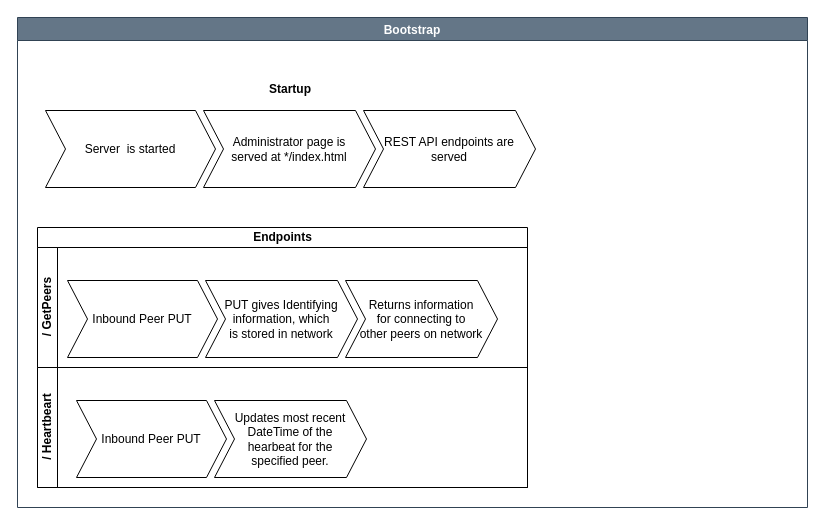
realChrisDeBon/P2PNet keeps this draw.io diagram as misc/diagrams/p2pbootstrap.drawio. Above is the earlier version. Source tidied: cells renumbered, new cells numbered last; positions are measured from the earlier drawing's top-left corner, leaving out a move shared by most shapes. Both pictures are drawn from the tidied source at 100%, with x=0, y=0 at pixel (17, 17).
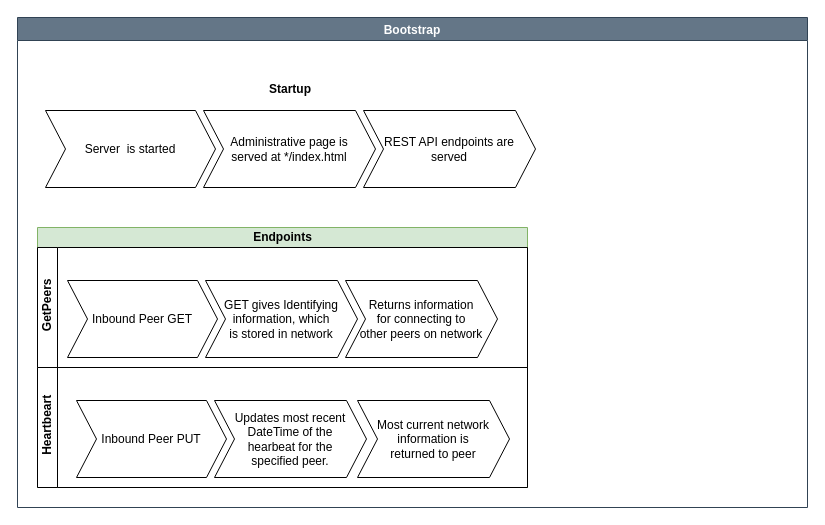
The same page after the edit.

The edit, as a diff of the source:
```diff
@@
 <mxGraphModel>
   <root>
     <mxCell id="0" />
     <mxCell id="1" parent="0" />
-    <mxCell id="2" value="Bootstrap" style="swimlane;fillColor=#647687;strokeColor=#314354;labelBackgroundColor=none;startSize=23;fontColor=#ffffff;" parent="1" vertex="1">
+    <mxCell id="2" value="Bootstrap" style="swimlane;fillColor=#647687;strokeColor=#314354;labelBackgroundColor=none;startSize=23;fontColor=#ffffff;swimlaneFillColor=default;" parent="1" vertex="1">
       <mxGeometry width="790" height="490" as="geometry" />
     </mxCell>
-    <mxCell id="3" value="Endpoints" style="swimlane;horizontal=1;startSize=20;html=1;" parent="2" vertex="1">
+    <mxCell id="3" value="Endpoints" style="swimlane;horizontal=1;startSize=20;html=1;fillColor=#d5e8d4;strokeColor=#82b366;" parent="2" vertex="1">
       <mxGeometry x="20" y="210" width="490" height="260" as="geometry" />
     </mxCell>
-    <mxCell id="4" value="/ GetPeers" style="swimlane;startSize=20;horizontal=0;html=1;" parent="3" vertex="1">
+    <mxCell id="4" value="&amp;nbsp;GetPeers" style="swimlane;startSize=20;horizontal=0;html=1;" parent="3" vertex="1">
       <mxGeometry y="20" width="490" height="120" as="geometry" />
     </mxCell>
     <mxCell id="5" style="swimlane;horizontal=1;fillColor=none;strokeColor=none;stackBorder=10;align=center;whiteSpace=wrap;html=1;" parent="4" vertex="1">
       <mxGeometry x="20" width="450" height="120" as="geometry" />
     </mxCell>
-    <mxCell id="6" value="&lt;div&gt;Inbound Peer PUT&lt;/div&gt;" style="shape=step;perimeter=stepPerimeter;fixedSize=1;whiteSpace=wrap;html=1;" parent="5" vertex="1">
+    <mxCell id="6" value="&lt;div&gt;Inbound Peer GET&lt;/div&gt;" style="shape=step;perimeter=stepPerimeter;fixedSize=1;whiteSpace=wrap;html=1;" parent="5" vertex="1">
       <mxGeometry x="10" y="33" width="150" height="77" as="geometry" />
     </mxCell>
-    <mxCell id="7" value="&lt;div&gt;PUT gives Identifying&lt;/div&gt;&lt;div&gt;information, which&lt;/div&gt;&lt;div&gt;is stored in network&lt;br&gt;&lt;/div&gt;" style="shape=step;perimeter=stepPerimeter;fixedSize=1;whiteSpace=wrap;html=1;" parent="5" vertex="1">
+    <mxCell id="7" value="&lt;div&gt;GET gives Identifying&lt;/div&gt;&lt;div&gt;information, which&lt;/div&gt;&lt;div&gt;is stored in network&lt;br&gt;&lt;/div&gt;" style="shape=step;perimeter=stepPerimeter;fixedSize=1;whiteSpace=wrap;html=1;" parent="5" vertex="1">
       <mxGeometry x="148" y="33" width="152" height="77" as="geometry" />
     </mxCell>
     <mxCell id="8" value="&lt;div&gt;Returns information&lt;/div&gt;&lt;div&gt;for connecting to&lt;/div&gt;&lt;div&gt;other peers on network&lt;br&gt;&lt;/div&gt;" style="shape=step;perimeter=stepPerimeter;fixedSize=1;whiteSpace=wrap;html=1;" parent="5" vertex="1">
       <mxGeometry x="288" y="33" width="152" height="77" as="geometry" />
     </mxCell>
-    <mxCell id="9" value="/ Heartbeart" style="swimlane;startSize=20;horizontal=0;html=1;" parent="3" vertex="1">
+    <mxCell id="9" value="&amp;nbsp;Heartbeart" style="swimlane;startSize=20;horizontal=0;html=1;" parent="3" vertex="1">
       <mxGeometry y="140" width="490" height="120" as="geometry" />
     </mxCell>
     <mxCell id="10" style="swimlane;horizontal=1;fillColor=none;strokeColor=none;stackBorder=10;align=center;whiteSpace=wrap;html=1;" parent="9" vertex="1">
       <mxGeometry x="29" width="310" height="120" as="geometry" />
     </mxCell>
     <mxCell id="11" value="Inbound Peer PUT" style="shape=step;perimeter=stepPerimeter;fixedSize=1;whiteSpace=wrap;html=1;" parent="10" vertex="1">
       <mxGeometry x="10" y="33" width="150" height="77" as="geometry" />
     </mxCell>
     <mxCell id="12" value="&lt;div&gt;Updates most recent&lt;/div&gt;&lt;div&gt;DateTime of the&lt;/div&gt;&lt;div&gt;hearbeat for the &lt;br&gt;&lt;/div&gt;&lt;div&gt;specified peer.&lt;br&gt;&lt;/div&gt;" style="shape=step;perimeter=stepPerimeter;fixedSize=1;whiteSpace=wrap;html=1;" parent="10" vertex="1">
       <mxGeometry x="148" y="33" width="152" height="77" as="geometry" />
     </mxCell>
+    <mxCell id="17" value="&lt;div&gt;Most current network&lt;/div&gt;&lt;div&gt;information is &lt;br&gt;&lt;/div&gt;&lt;div&gt;returned to peer&lt;/div&gt;" style="shape=step;perimeter=stepPerimeter;fixedSize=1;whiteSpace=wrap;html=1;" parent="9" vertex="1">
+      <mxGeometry x="320" y="33" width="152" height="77" as="geometry" />
+    </mxCell>
     <mxCell id="13" value="Startup" style="swimlane;horizontal=1;fillColor=none;strokeColor=none;stackBorder=10;align=center;whiteSpace=wrap;html=1;startSize=23;" parent="2" vertex="1">
       <mxGeometry x="18" y="60" width="510" height="120" as="geometry" />
     </mxCell>
     <mxCell id="14" value="Server&amp;nbsp; is started" style="shape=step;perimeter=stepPerimeter;fixedSize=1;whiteSpace=wrap;html=1;" parent="13" vertex="1">
       <mxGeometry x="10" y="33" width="170" height="77" as="geometry" />
     </mxCell>
-    <mxCell id="15" value="&lt;div&gt;Administrator page is&lt;/div&gt;&lt;div&gt;served at */index.html&lt;br&gt; &lt;/div&gt;" style="shape=step;perimeter=stepPerimeter;fixedSize=1;whiteSpace=wrap;html=1;" parent="13" vertex="1">
+    <mxCell id="15" value="&lt;div&gt;Administrative page is&lt;/div&gt;&lt;div&gt;served at */index.html&lt;br&gt; &lt;/div&gt;" style="shape=step;perimeter=stepPerimeter;fixedSize=1;whiteSpace=wrap;html=1;" parent="13" vertex="1">
       <mxGeometry x="168" y="33" width="172" height="77" as="geometry" />
     </mxCell>
     <mxCell id="16" value="&lt;div&gt;REST API endpoints are&lt;/div&gt;&lt;div&gt;served&lt;br&gt;&lt;/div&gt;" style="shape=step;perimeter=stepPerimeter;fixedSize=1;whiteSpace=wrap;html=1;" parent="13" vertex="1">
       <mxGeometry x="328" y="33" width="172" height="77" as="geometry" />
     </mxCell>
   </root>
 </mxGraphModel>
```
